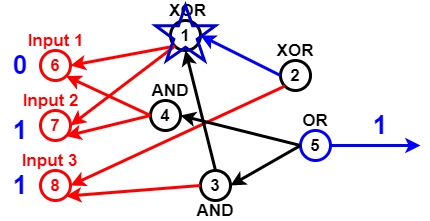
This is Untitled Diagram.png from sara1024/-CCF201412-2-Z-, a draw.io export, as it was before one commit. Source tidied: cells renumbered, new cells last; positions are measured from the earlier drawing's top-left corner, leaving out a move shared by most shapes.
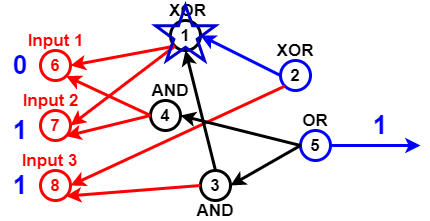
Above is the later version.

What changed in the source:
```diff
@@ -35,7 +35,7 @@
     <mxCell id="12" style="endArrow=classic;html=1;strokeWidth=3;fontSize=17;fontColor=#000000;entryX=1;entryY=1;entryDx=0;entryDy=0;exitX=0;exitY=0.5;exitDx=0;exitDy=0;strokeColor=#FF0000;" parent="1" edge="1" source="11" target="4">
       <mxGeometry relative="1" as="geometry" />
     </mxCell>
-    <mxCell id="13" value="2" style="ellipse;whiteSpace=wrap;html=1;strokeColor=#000000;strokeWidth=3;fillColor=none;fontSize=17;fontColor=#000000;fontStyle=1;" parent="1" vertex="1">
+    <mxCell id="13" value="2" style="ellipse;whiteSpace=wrap;html=1;strokeWidth=3;fillColor=none;fontSize=17;fontColor=#000000;fontStyle=1;strokeColor=#0000FF;" parent="1" vertex="1">
       <mxGeometry x="280" y="60" width="30" height="30" as="geometry" />
     </mxCell>
     <mxCell id="14" style="endArrow=classic;html=1;strokeColor=#FF0000;strokeWidth=3;fontSize=17;fontColor=#000000;entryX=1;entryY=0.5;entryDx=0;entryDy=0;exitX=0;exitY=1;exitDx=0;exitDy=0;" parent="1" edge="1" source="13" target="4">
```
